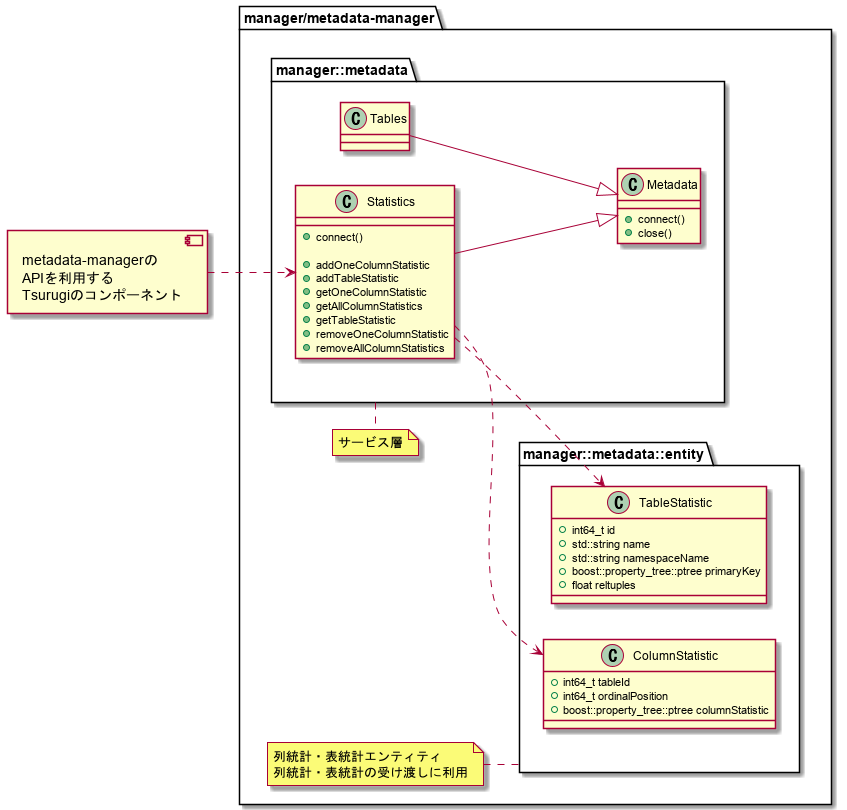
project-tsurugi/metadata-manager keeps this PlantUML diagram as metadata-manager/docs/statistic/02.FD/out/uml/ClassDiagram_detail/ClassDiagram_overview.png. Above is the earlier version. Source of this version:
```plantuml
@startuml ClassDiagram_overview
left to right direction
allowmixing

package "manager/metadata-manager" {

  package manager::metadata as manager_metadata{
    class "Metadata" as Metadata {
      {method}+connect()
      {method}+close()
    }

    class Statistics {
      {method}+connect()
      {method}
      {method}+addOneColumnStatistic
      {method}+addTableStatistic
      {method}+getOneColumnStatistic
      {method}+getAllColumnStatistics
      {method}+getTableStatistic
      {method}+removeOneColumnStatistic
      {method}+removeAllColumnStatistics
    }

    class Tables {

    }

  }

    package manager::metadata::entity as entity{
      class TableStatistic {
        {field}+int64_t id
        {field}+std::string name
        {field}+std::string namespaceName
        {field}+boost::property_tree::ptree primaryKey
        {field}+float reltuples
      }

      class ColumnStatistic {
        {field}+int64_t tableId
        {field}+int64_t ordinalPosition
        {field}+boost::property_tree::ptree columnStatistic
      }
    }

  Statistics --|> Metadata
  Tables --|> Metadata
  Statistics ..> TableStatistic
  Statistics ..> ColumnStatistic

  note bottom of manager_metadata
  サービス層
  end note

  note left of entity
  列統計・表統計エンティティ
  列統計・表統計の受け渡しに利用
  end note
}

component "metadata-managerの\nAPIを利用する\nTsurugiのコンポーネント" as other_components
other_components ..> Statistics
@enduml
```
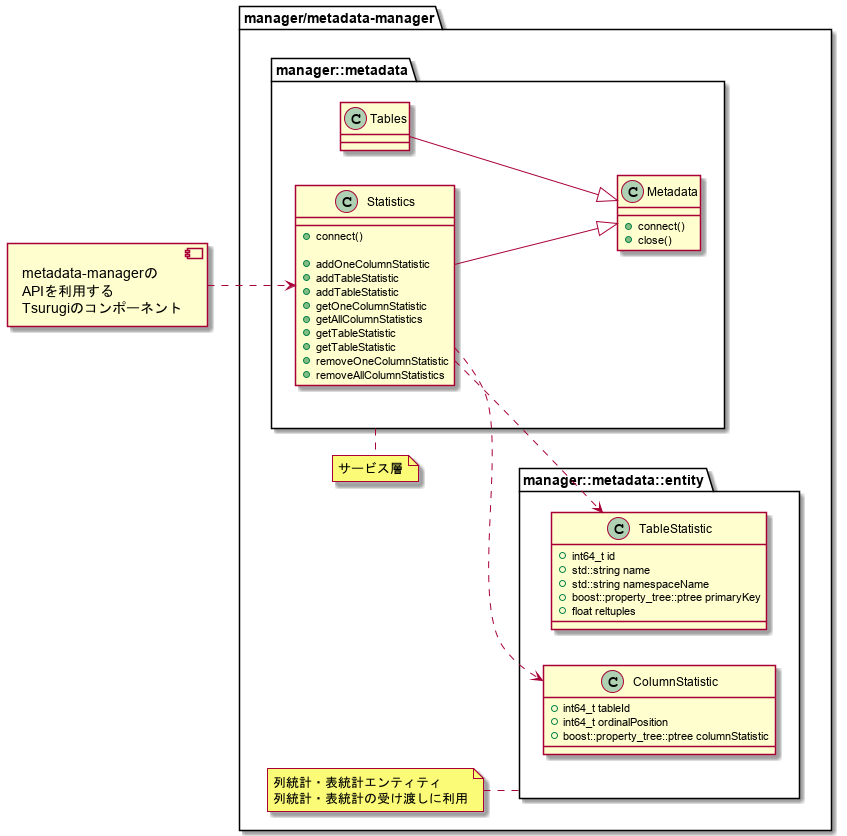
The same file after the commit.

Change to the diagram source:
```diff
@@ -15,8 +15,10 @@
       {method}
       {method}+addOneColumnStatistic
       {method}+addTableStatistic
+      {method}+addTableStatistic
       {method}+getOneColumnStatistic
       {method}+getAllColumnStatistics
+      {method}+getTableStatistic
       {method}+getTableStatistic
       {method}+removeOneColumnStatistic
       {method}+removeAllColumnStatistics
```
